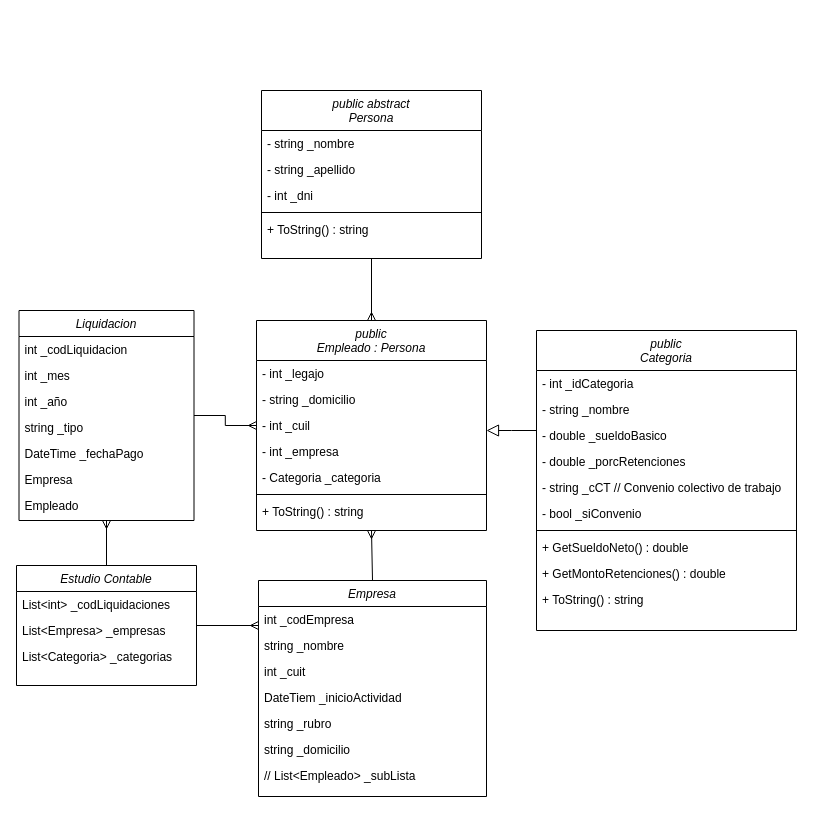
This is Liquidaciones.drawio from rlafitte/CAI_EstudioContableSpringfield, a draw.io file, before an edit. Source tidied: cells renumbered, new cells numbered last; positions are measured from the earlier drawing's top-left corner, leaving out a move shared by most shapes. Both pictures are drawn from the tidied source at 100%, with x=0, y=0 at pixel (16, 90).
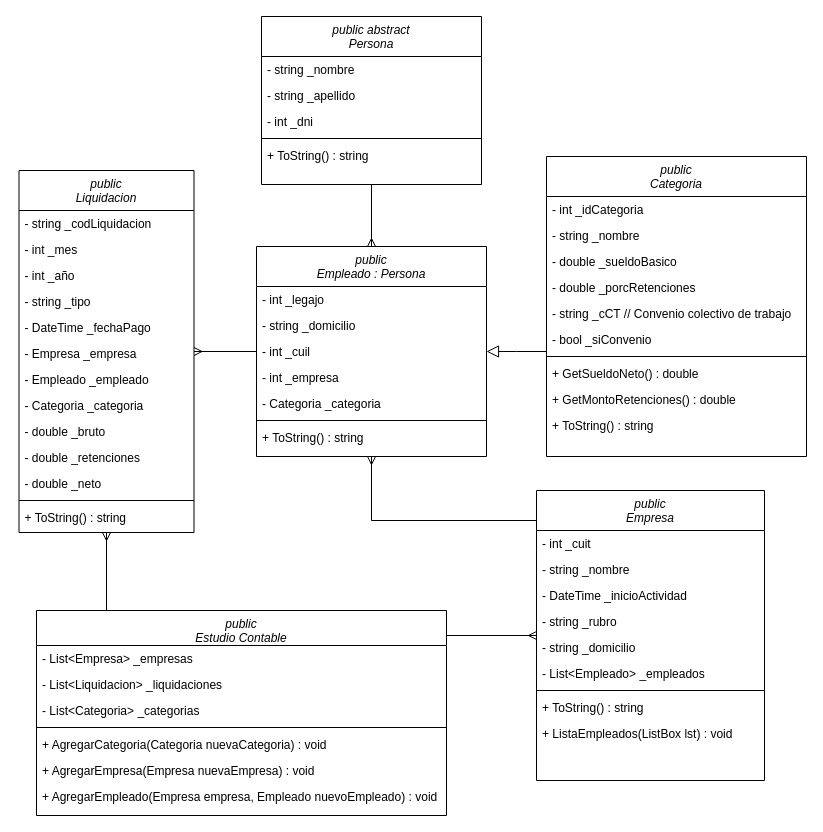
The same page after the edit.

What changed in the source:
```diff
@@
     <mxCell id="3" value="public abstract &#10;Persona" style="swimlane;fontStyle=2;align=center;verticalAlign=top;horizontal=1;startSize=40;rounded=0;shadow=0;strokeWidth=1;" parent="1" vertex="1">
-      <mxGeometry x="245" width="220" height="168" as="geometry" />
+      <mxGeometry x="245" y="-74" width="220" height="168" as="geometry" />
     </mxCell>
@@
     <mxCell id="9" value="public&#10;Empleado : Persona" style="swimlane;fontStyle=2;align=center;verticalAlign=top;horizontal=1;startSize=40;rounded=0;shadow=0;strokeWidth=1;" parent="1" vertex="1">
-      <mxGeometry x="240" y="230" width="230" height="210" as="geometry" />
+      <mxGeometry x="240" y="156" width="230" height="210" as="geometry" />
     </mxCell>
@@
     <mxCell id="17" value="public&#10;Categoria" style="swimlane;fontStyle=2;align=center;verticalAlign=top;horizontal=1;startSize=40;rounded=0;shadow=0;strokeWidth=1;" parent="1" vertex="1">
-      <mxGeometry x="520" y="240" width="260" height="300" as="geometry" />
+      <mxGeometry x="530" y="66" width="260" height="300" as="geometry" />
     </mxCell>
@@
-    <mxCell id="29" value="Empresa" style="swimlane;fontStyle=2;align=center;verticalAlign=top;horizontal=1;startSize=26;rounded=0;shadow=0;strokeWidth=1;" parent="1" vertex="1">
-      <mxGeometry x="242" y="490" width="228" height="216" as="geometry" />
+    <mxCell id="29" value="public&#10;Empresa" style="swimlane;fontStyle=2;align=center;verticalAlign=top;horizontal=1;startSize=40;rounded=0;shadow=0;strokeWidth=1;" parent="1" vertex="1">
+      <mxGeometry x="520" y="400" width="228" height="290" as="geometry" />
     </mxCell>
-    <mxCell id="30" value="int _codEmpresa" style="text;align=left;verticalAlign=top;spacingLeft=4;spacingRight=4;overflow=hidden;" parent="29" vertex="1">
-      <mxGeometry y="26" width="228" height="26" as="geometry" />
+    <mxCell id="30" value="- int _cuit" style="text;align=left;verticalAlign=top;spacingLeft=4;spacingRight=4;overflow=hidden;" parent="29" vertex="1">
+      <mxGeometry y="40" width="228" height="26" as="geometry" />
     </mxCell>
-    <mxCell id="31" value="string _nombre" style="text;align=left;verticalAlign=top;spacingLeft=4;spacingRight=4;overflow=hidden;rounded=0;shadow=0;html=0;" parent="29" vertex="1">
-      <mxGeometry y="52" width="228" height="26" as="geometry" />
+    <mxCell id="31" value="- string _nombre" style="text;align=left;verticalAlign=top;spacingLeft=4;spacingRight=4;overflow=hidden;rounded=0;shadow=0;html=0;" parent="29" vertex="1">
+      <mxGeometry y="66" width="228" height="26" as="geometry" />
     </mxCell>
-    <mxCell id="32" value="int _cuit" style="text;align=left;verticalAlign=top;spacingLeft=4;spacingRight=4;overflow=hidden;rounded=0;shadow=0;html=0;" parent="29" vertex="1">
-      <mxGeometry y="78" width="228" height="26" as="geometry" />
-    </mxCell>
-    <mxCell id="33" value="DateTiem _inicioActividad" style="text;align=left;verticalAlign=top;spacingLeft=4;spacingRight=4;overflow=hidden;rounded=0;shadow=0;html=0;" parent="29" vertex="1">
-      <mxGeometry y="104" width="228" height="26" as="geometry" />
+    <mxCell id="33" value="- DateTime _inicioActividad" style="text;align=left;verticalAlign=top;spacingLeft=4;spacingRight=4;overflow=hidden;rounded=0;shadow=0;html=0;" parent="29" vertex="1">
+      <mxGeometry y="92" width="228" height="26" as="geometry" />
     </mxCell>
-    <mxCell id="34" value="string _rubro" style="text;align=left;verticalAlign=top;spacingLeft=4;spacingRight=4;overflow=hidden;rounded=0;shadow=0;html=0;" parent="29" vertex="1">
-      <mxGeometry y="130" width="228" height="26" as="geometry" />
+    <mxCell id="34" value="- string _rubro" style="text;align=left;verticalAlign=top;spacingLeft=4;spacingRight=4;overflow=hidden;rounded=0;shadow=0;html=0;" parent="29" vertex="1">
+      <mxGeometry y="118" width="228" height="26" as="geometry" />
     </mxCell>
-    <mxCell id="35" value="string _domicilio" style="text;align=left;verticalAlign=top;spacingLeft=4;spacingRight=4;overflow=hidden;" parent="29" vertex="1">
-      <mxGeometry y="156" width="228" height="26" as="geometry" />
+    <mxCell id="35" value="- string _domicilio" style="text;align=left;verticalAlign=top;spacingLeft=4;spacingRight=4;overflow=hidden;" parent="29" vertex="1">
+      <mxGeometry y="144" width="228" height="26" as="geometry" />
     </mxCell>
-    <mxCell id="36" value="// List&lt;Empleado&gt; _subLista" style="text;align=left;verticalAlign=top;spacingLeft=4;spacingRight=4;overflow=hidden;" parent="29" vertex="1">
-      <mxGeometry y="182" width="228" height="26" as="geometry" />
+    <mxCell id="36" value="- List&lt;Empleado&gt; _empleados" style="text;align=left;verticalAlign=top;spacingLeft=4;spacingRight=4;overflow=hidden;" parent="29" vertex="1">
+      <mxGeometry y="170" width="228" height="26" as="geometry" />
     </mxCell>
+    <mxCell id="53" style="line;html=1;strokeWidth=1;align=left;verticalAlign=middle;spacingTop=-1;spacingLeft=3;spacingRight=3;labelPosition=right;" parent="29" vertex="1">
+      <mxGeometry y="196" width="228" height="8" as="geometry" />
+    </mxCell>
+    <mxCell id="54" value="+ ToString() : string" style="text;align=left;verticalAlign=top;spacingLeft=4;spacingRight=4;overflow=hidden;" parent="29" vertex="1">
+      <mxGeometry y="204" width="228" height="26" as="geometry" />
+    </mxCell>
+    <mxCell id="55" value="+ ListaEmpleados(ListBox lst) : void" style="text;align=left;verticalAlign=top;spacingLeft=4;spacingRight=4;overflow=hidden;" parent="29" vertex="1">
+      <mxGeometry y="230" width="228" height="26" as="geometry" />
+    </mxCell>
-    <mxCell id="37" value="Estudio Contable" style="swimlane;fontStyle=2;align=center;verticalAlign=top;horizontal=1;startSize=26;rounded=0;shadow=0;strokeWidth=1;" parent="1" vertex="1">
-      <mxGeometry y="475" width="180" height="120" as="geometry" />
+    <mxCell id="37" value="public&#10;Estudio Contable" style="swimlane;fontStyle=2;align=center;verticalAlign=top;horizontal=1;startSize=35;rounded=0;shadow=0;strokeWidth=1;" parent="1" vertex="1">
+      <mxGeometry x="20" y="520" width="410" height="205" as="geometry" />
     </mxCell>
-    <mxCell id="38" value="List&lt;int&gt; _codLiquidaciones" style="text;align=left;verticalAlign=top;spacingLeft=4;spacingRight=4;overflow=hidden;" parent="37" vertex="1">
-      <mxGeometry y="26" width="180" height="26" as="geometry" />
+    <mxCell id="38" value="- List&lt;Empresa&gt; _empresas" style="text;align=left;verticalAlign=top;spacingLeft=4;spacingRight=4;overflow=hidden;" parent="37" vertex="1">
+      <mxGeometry y="35" width="410" height="26" as="geometry" />
     </mxCell>
-    <mxCell id="39" value="List&lt;Empresa&gt; _empresas" style="text;align=left;verticalAlign=top;spacingLeft=4;spacingRight=4;overflow=hidden;" parent="37" vertex="1">
-      <mxGeometry y="52" width="180" height="26" as="geometry" />
+    <mxCell id="39" value="- List&lt;Liquidacion&gt; _liquidaciones" style="text;align=left;verticalAlign=top;spacingLeft=4;spacingRight=4;overflow=hidden;" parent="37" vertex="1">
+      <mxGeometry y="61" width="410" height="26" as="geometry" />
     </mxCell>
-    <mxCell id="40" value="List&lt;Categoria&gt; _categorias" style="text;align=left;verticalAlign=top;spacingLeft=4;spacingRight=4;overflow=hidden;" parent="37" vertex="1">
-      <mxGeometry y="78" width="180" height="26" as="geometry" />
+    <mxCell id="40" value="- List&lt;Categoria&gt; _categorias" style="text;align=left;verticalAlign=top;spacingLeft=4;spacingRight=4;overflow=hidden;" parent="37" vertex="1">
+      <mxGeometry y="87" width="410" height="26" as="geometry" />
     </mxCell>
+    <mxCell id="56" style="line;html=1;strokeWidth=1;align=left;verticalAlign=middle;spacingTop=-1;spacingLeft=3;spacingRight=3;labelPosition=right;" parent="37" vertex="1">
+      <mxGeometry y="113" width="410" height="8" as="geometry" />
+    </mxCell>
+    <mxCell id="57" value="+ AgregarCategoria(Categoria nuevaCategoria) : void" style="text;align=left;verticalAlign=top;spacingLeft=4;spacingRight=4;overflow=hidden;" parent="37" vertex="1">
+      <mxGeometry y="121" width="410" height="26" as="geometry" />
+    </mxCell>
+    <mxCell id="58" value="+ AgregarEmpresa(Empresa nuevaEmpresa) : void" style="text;align=left;verticalAlign=top;spacingLeft=4;spacingRight=4;overflow=hidden;" parent="37" vertex="1">
+      <mxGeometry y="147" width="410" height="26" as="geometry" />
+    </mxCell>
+    <mxCell id="59" value="+ AgregarEmpleado(Empresa empresa, Empleado nuevoEmpleado) : void" style="text;align=left;verticalAlign=top;spacingLeft=4;spacingRight=4;overflow=hidden;" parent="37" vertex="1">
+      <mxGeometry y="173" width="410" height="26" as="geometry" />
+    </mxCell>
     <mxCell id="41" style="edgeStyle=orthogonalEdgeStyle;rounded=0;jettySize=auto;html=1;endArrow=ERmany;endFill=0;jumpStyle=arc;" parent="1" edge="1" source="37" target="29">
       <mxGeometry relative="1" as="geometry">
         <Array as="points">
-          <mxPoint x="270" y="535" />
-          <mxPoint x="270" y="535" />
+          <mxPoint x="450" y="545" />
+          <mxPoint x="450" y="545" />
         </Array>
       </mxGeometry>
     </mxCell>
-    <mxCell id="42" value="Liquidacion" style="swimlane;fontStyle=2;align=center;verticalAlign=top;horizontal=1;startSize=26;rounded=0;shadow=0;strokeWidth=1;" parent="1" vertex="1">
-      <mxGeometry x="2.5" y="220" width="175" height="210" as="geometry" />
+    <mxCell id="42" value="public&#10;Liquidacion" style="swimlane;fontStyle=2;align=center;verticalAlign=top;horizontal=1;startSize=40;rounded=0;shadow=0;strokeWidth=1;" parent="1" vertex="1">
+      <mxGeometry x="2.5" y="80" width="175" height="362" as="geometry" />
     </mxCell>
-    <mxCell id="43" value="int _codLiquidacion" style="text;align=left;verticalAlign=top;spacingLeft=4;spacingRight=4;overflow=hidden;" parent="42" vertex="1">
-      <mxGeometry y="26" width="175" height="26" as="geometry" />
+    <mxCell id="43" value="- string _codLiquidacion" style="text;align=left;verticalAlign=top;spacingLeft=4;spacingRight=4;overflow=hidden;" parent="42" vertex="1">
+      <mxGeometry y="40" width="175" height="26" as="geometry" />
     </mxCell>
-    <mxCell id="44" value="int _mes" style="text;align=left;verticalAlign=top;spacingLeft=4;spacingRight=4;overflow=hidden;rounded=0;shadow=0;html=0;" parent="42" vertex="1">
-      <mxGeometry y="52" width="175" height="26" as="geometry" />
+    <mxCell id="44" value="- int _mes" style="text;align=left;verticalAlign=top;spacingLeft=4;spacingRight=4;overflow=hidden;rounded=0;shadow=0;html=0;" parent="42" vertex="1">
+      <mxGeometry y="66" width="175" height="26" as="geometry" />
     </mxCell>
-    <mxCell id="45" value="int _año" style="text;align=left;verticalAlign=top;spacingLeft=4;spacingRight=4;overflow=hidden;rounded=0;shadow=0;html=0;" parent="42" vertex="1">
-      <mxGeometry y="78" width="175" height="26" as="geometry" />
+    <mxCell id="45" value="- int _año" style="text;align=left;verticalAlign=top;spacingLeft=4;spacingRight=4;overflow=hidden;rounded=0;shadow=0;html=0;" parent="42" vertex="1">
+      <mxGeometry y="92" width="175" height="26" as="geometry" />
     </mxCell>
-    <mxCell id="46" value="string _tipo" style="text;align=left;verticalAlign=top;spacingLeft=4;spacingRight=4;overflow=hidden;" parent="42" vertex="1">
-      <mxGeometry y="104" width="175" height="26" as="geometry" />
+    <mxCell id="46" value="- string _tipo" style="text;align=left;verticalAlign=top;spacingLeft=4;spacingRight=4;overflow=hidden;" parent="42" vertex="1">
+      <mxGeometry y="118" width="175" height="26" as="geometry" />
     </mxCell>
-    <mxCell id="47" value="DateTime _fechaPago" style="text;align=left;verticalAlign=top;spacingLeft=4;spacingRight=4;overflow=hidden;" parent="42" vertex="1">
-      <mxGeometry y="130" width="175" height="26" as="geometry" />
+    <mxCell id="47" value="- DateTime _fechaPago" style="text;align=left;verticalAlign=top;spacingLeft=4;spacingRight=4;overflow=hidden;" parent="42" vertex="1">
+      <mxGeometry y="144" width="175" height="26" as="geometry" />
     </mxCell>
-    <mxCell id="48" value="Empresa" style="text;align=left;verticalAlign=top;spacingLeft=4;spacingRight=4;overflow=hidden;" parent="42" vertex="1">
-      <mxGeometry y="156" width="175" height="26" as="geometry" />
+    <mxCell id="48" value="- Empresa _empresa" style="text;align=left;verticalAlign=top;spacingLeft=4;spacingRight=4;overflow=hidden;" parent="42" vertex="1">
+      <mxGeometry y="170" width="175" height="26" as="geometry" />
     </mxCell>
-    <mxCell id="49" value="Empleado" style="text;align=left;verticalAlign=top;spacingLeft=4;spacingRight=4;overflow=hidden;" parent="42" vertex="1">
-      <mxGeometry y="182" width="175" height="26" as="geometry" />
+    <mxCell id="49" value="- Empleado _empleado" style="text;align=left;verticalAlign=top;spacingLeft=4;spacingRight=4;overflow=hidden;" parent="42" vertex="1">
+      <mxGeometry y="196" width="175" height="26" as="geometry" />
     </mxCell>
+    <mxCell id="60" value="- Categoria _categoria" style="text;align=left;verticalAlign=top;spacingLeft=4;spacingRight=4;overflow=hidden;" parent="42" vertex="1">
+      <mxGeometry y="222" width="175" height="26" as="geometry" />
+    </mxCell>
+    <mxCell id="61" value="- double _bruto" style="text;align=left;verticalAlign=top;spacingLeft=4;spacingRight=4;overflow=hidden;" parent="42" vertex="1">
+      <mxGeometry y="248" width="175" height="26" as="geometry" />
+    </mxCell>
+    <mxCell id="62" value="- double _retenciones" style="text;align=left;verticalAlign=top;spacingLeft=4;spacingRight=4;overflow=hidden;" parent="42" vertex="1">
+      <mxGeometry y="274" width="175" height="26" as="geometry" />
+    </mxCell>
+    <mxCell id="63" value="- double _neto" style="text;align=left;verticalAlign=top;spacingLeft=4;spacingRight=4;overflow=hidden;" parent="42" vertex="1">
+      <mxGeometry y="300" width="175" height="26" as="geometry" />
+    </mxCell>
+    <mxCell id="64" style="line;html=1;strokeWidth=1;align=left;verticalAlign=middle;spacingTop=-1;spacingLeft=3;spacingRight=3;labelPosition=right;" parent="42" vertex="1">
+      <mxGeometry y="326" width="175" height="8" as="geometry" />
+    </mxCell>
+    <mxCell id="65" value="+ ToString() : string" style="text;align=left;verticalAlign=top;spacingLeft=4;spacingRight=4;overflow=hidden;" parent="42" vertex="1">
+      <mxGeometry y="334" width="175" height="26" as="geometry" />
+    </mxCell>
     <mxCell id="50" style="edgeStyle=orthogonalEdgeStyle;rounded=0;jettySize=auto;html=1;endArrow=ERmany;endFill=0;entryX=0.5;entryY=1;entryDx=0;entryDy=0;exitX=0.5;exitY=0;exitDx=0;exitDy=0;jumpStyle=arc;" parent="1" edge="1" source="37" target="42">
-      <mxGeometry relative="1" as="geometry" />
+      <mxGeometry relative="1" as="geometry">
+        <Array as="points">
+          <mxPoint x="90" y="520" />
+        </Array>
+      </mxGeometry>
     </mxCell>
-    <mxCell id="51" style="edgeStyle=orthogonalEdgeStyle;rounded=0;jettySize=auto;html=1;endArrow=ERmany;endFill=0;jumpStyle=arc;" parent="1" edge="1" source="42" target="9">
+    <mxCell id="51" style="edgeStyle=orthogonalEdgeStyle;rounded=0;jettySize=auto;html=1;endArrow=ERmany;endFill=0;jumpStyle=arc;" parent="1" edge="1" source="9" target="42">
       <mxGeometry relative="1" as="geometry" />
     </mxCell>
     <mxCell id="52" style="edgeStyle=orthogonalEdgeStyle;rounded=0;jettySize=auto;html=1;endArrow=ERmany;endFill=0;jumpStyle=arc;" parent="1" edge="1" source="29" target="9">
-      <mxGeometry relative="1" as="geometry" />
+      <mxGeometry relative="1" as="geometry">
+        <Array as="points">
+          <mxPoint x="355" y="430" />
+        </Array>
+      </mxGeometry>
     </mxCell>
```
